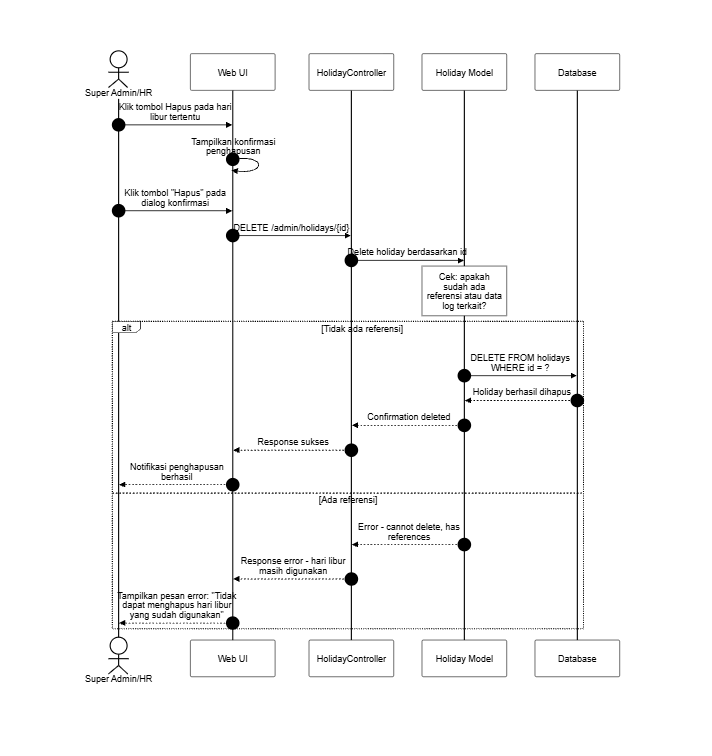
This is docs/SequenceDiagram/PNG_Transparent/KelolaHariLibur-Hapus.png from SulaimanHafi23/SimpegRSHDI, a Mermaid export, as it was before one commit. Its source is kept beside it as docs/SequenceDiagram/KelolaHariLibur-Hapus.mermaid. Its diagram source:
```mermaid
---
id: KelolaHariLibur-HapusHariLibur
title: Kelola Hari Libur - Hapus Hari Libur
---
%%{init: {"theme": "base", "themeVariables": {"background": "#dddddd", "primaryColor": "#ffffff", "primaryBorderColor": "#000000", "primaryTextColor": "#000000", "lineColor": "#000000", "textColor": "#000000", "actorBkg": "#ffffff", "actorBorder": "#000000", "actorTextColor": "#000000", "activationBkgColor": "#ffffff", "activationBorderColor": "#000000", "signalColor": "#000000", "signalTextColor": "#000000", "labelBoxBkgColor": "#ffffff", "labelBoxBorderColor": "#000000", "labelTextColor": "#000000", "sequenceNumberColor": "#000000", "noteBkgColor": "#ffffff", "noteBorderColor": "#000000", "noteTextColor": "#000000"}, "sequence": {"useMaxWidth": true, "wrap": true, "messageFontSize": 12, "noteFontSize": 12}}}%%
sequenceDiagram
    autonumber
    actor SA as Super Admin/HR
    participant UI as Web UI
    participant C as HolidayController
    participant H as Holiday Model
    participant DB as Database

    SA->>UI: Klik tombol Hapus pada hari libur tertentu
    UI->>UI: Tampilkan konfirmasi penghapusan
    SA->>UI: Klik tombol "Hapus" pada dialog konfirmasi
    UI->>C: DELETE /admin/holidays/{id}
    C->>H: Delete holiday berdasarkan id
    note over H: Cek: apakah sudah ada referensi atau data log terkait?
    alt Tidak ada referensi
        H->>DB: DELETE FROM holidays WHERE id = ?
        DB-->>H: Holiday berhasil dihapus
        H-->>C: Confirmation deleted
        C-->>UI: Response sukses
        UI-->>SA: Notifikasi penghapusan berhasil
    else Ada referensi
        H-->>C: Error - cannot delete, has references
        C-->>UI: Response error - hari libur masih digunakan
        UI-->>SA: Tampilkan pesan error: "Tidak dapat menghapus hari libur yang sudah digunakan"
    end
```
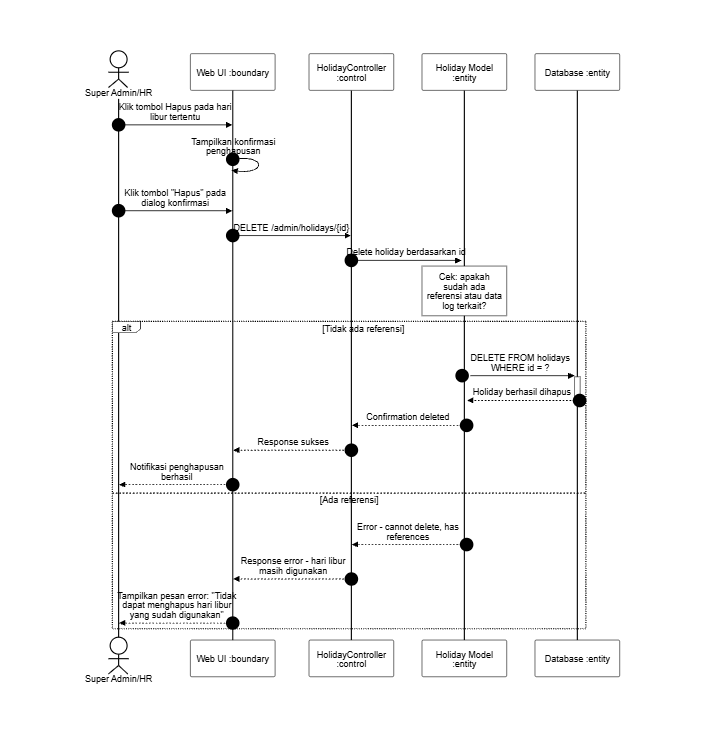
After the change.

What changed in the source:
```diff
@@ -6,20 +6,20 @@
 sequenceDiagram
     autonumber
     actor SA as Super Admin/HR
-    participant UI as Web UI
-    participant C as HolidayController
-    participant H as Holiday Model
-    participant DB as Database
+    participant UI as Web UI :boundary
+    participant C as HolidayController :control
+    participant H as Holiday Model :entity
+    participant DB as Database :entity
 
     SA->>UI: Klik tombol Hapus pada hari libur tertentu
     UI->>UI: Tampilkan konfirmasi penghapusan
     SA->>UI: Klik tombol "Hapus" pada dialog konfirmasi
     UI->>C: DELETE /admin/holidays/{id}
-    C->>H: Delete holiday berdasarkan id
+    C->>+H: Delete holiday berdasarkan id
     note over H: Cek: apakah sudah ada referensi atau data log terkait?
     alt Tidak ada referensi
-        H->>DB: DELETE FROM holidays WHERE id = ?
-        DB-->>H: Holiday berhasil dihapus
+        H->>+DB: DELETE FROM holidays WHERE id = ?
+        DB-->>-H: Holiday berhasil dihapus
         H-->>C: Confirmation deleted
         C-->>UI: Response sukses
         UI-->>SA: Notifikasi penghapusan berhasil
```
